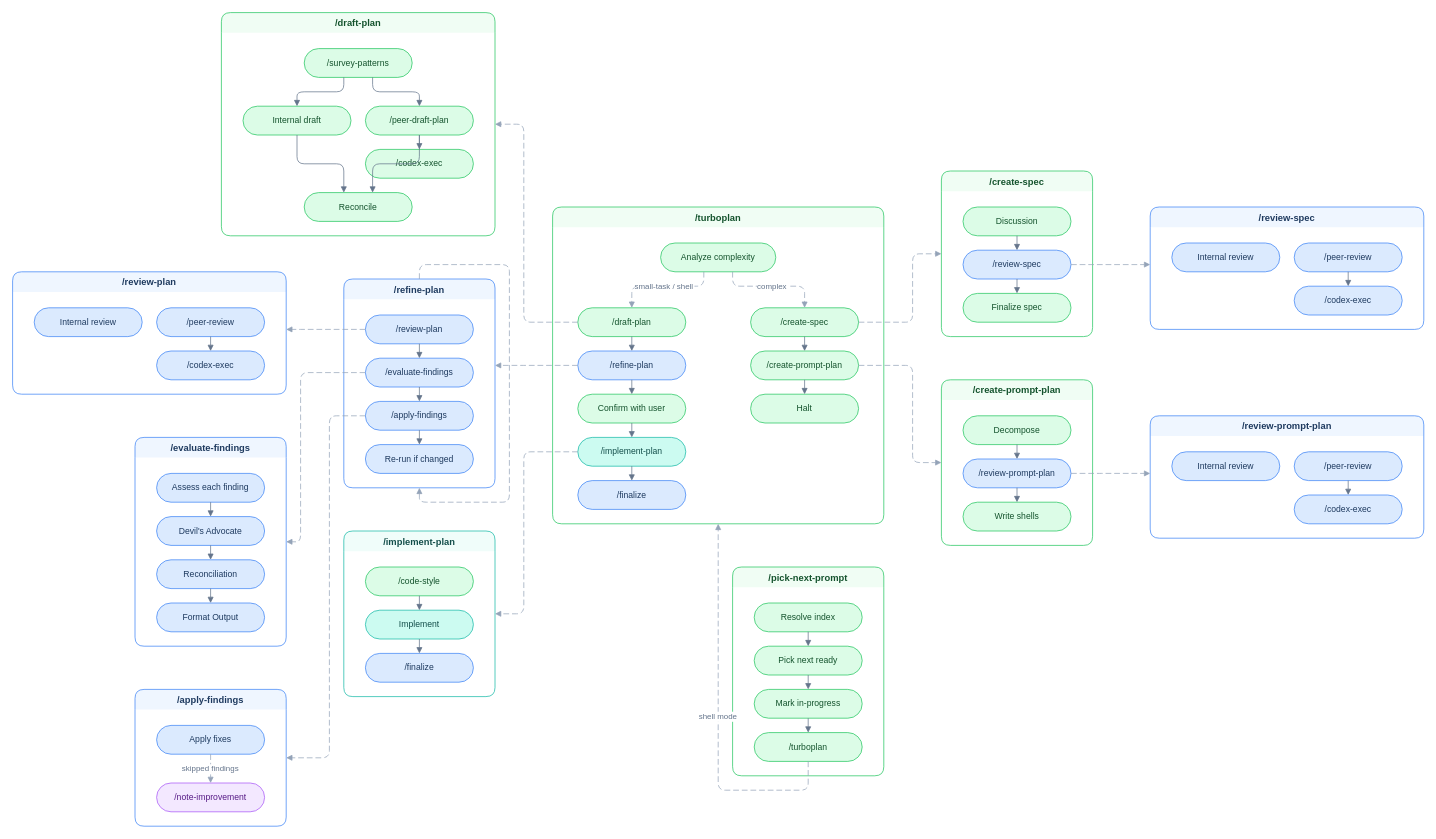
Earlier version of the draw.io diagram assets/how-turboplan-connects.drawio (tobihagemann/turbo). Source tidied: cells renumbered, new cells numbered last; positions are measured from the earlier drawing's top-left corner, leaving out a move shared by most shapes. Both pictures are drawn from the tidied source at 72%, with x=0, y=0 at pixel (12, 12).
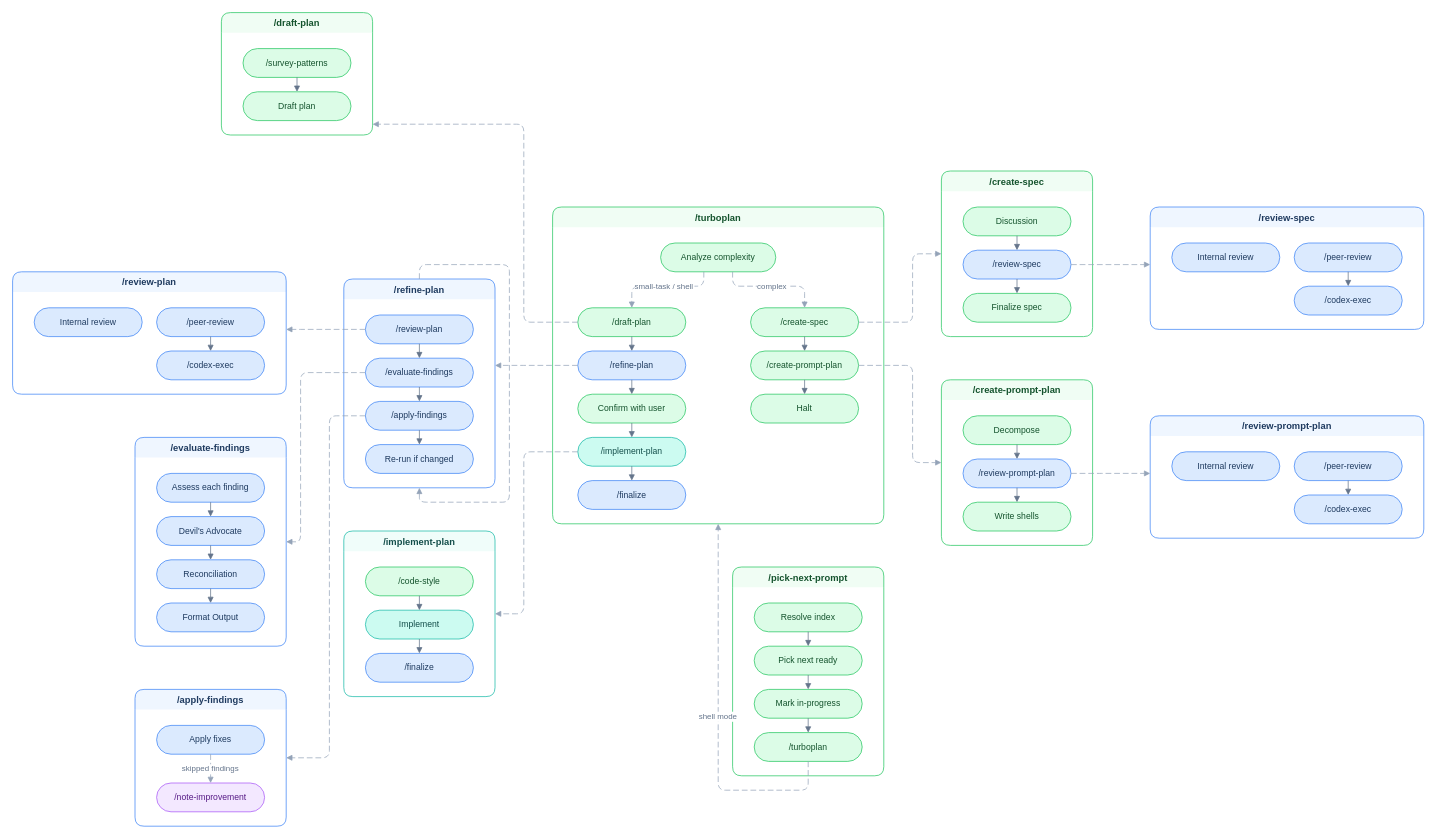
The same diagram, later.

Commit message (it also covers changes not shown here):
Remove /peer-draft-plan skill and collapse /draft-plan back to single internal draft

What changed in the source:
```diff
@@
     <mxCell id="20" value="/draft-plan" style="swimlane;startSize=28;rounded=1;fillColor=#f0fdf4;strokeColor=#22c55e;fontColor=#14532d;fontStyle=1;fontSize=13;swimlaneLine=0;" parent="1" vertex="1">
-      <mxGeometry x="290" width="380" height="310" as="geometry" />
+      <mxGeometry x="290" width="210" height="170" as="geometry" />
     </mxCell>
     <mxCell id="21" value="/survey-patterns" style="rounded=1;whiteSpace=wrap;html=1;arcSize=50;fillColor=#dcfce7;strokeColor=#22c55e;fontColor=#14532d;fontSize=12;" parent="20" vertex="1">
-      <mxGeometry x="115" y="50" width="150" height="40" as="geometry" />
+      <mxGeometry x="30" y="50" width="150" height="40" as="geometry" />
     </mxCell>
-    <mxCell id="22" value="Internal draft" style="rounded=1;whiteSpace=wrap;html=1;arcSize=50;fillColor=#dcfce7;strokeColor=#22c55e;fontColor=#14532d;fontSize=12;" parent="20" vertex="1">
-      <mxGeometry x="30" y="130" width="150" height="40" as="geometry" />
+    <mxCell id="22" value="Draft plan" style="rounded=1;whiteSpace=wrap;html=1;arcSize=50;fillColor=#dcfce7;strokeColor=#22c55e;fontColor=#14532d;fontSize=12;" parent="20" vertex="1">
+      <mxGeometry x="30" y="110" width="150" height="40" as="geometry" />
     </mxCell>
-    <mxCell id="23" value="/peer-draft-plan" style="rounded=1;whiteSpace=wrap;html=1;arcSize=50;fillColor=#dcfce7;strokeColor=#22c55e;fontColor=#14532d;fontSize=12;" parent="20" vertex="1">
-      <mxGeometry x="200" y="130" width="150" height="40" as="geometry" />
-    </mxCell>
-    <mxCell id="24" value="/codex-exec" style="rounded=1;whiteSpace=wrap;html=1;arcSize=50;fillColor=#dcfce7;strokeColor=#22c55e;fontColor=#14532d;fontSize=12;" parent="20" vertex="1">
-      <mxGeometry x="200" y="190" width="150" height="40" as="geometry" />
-    </mxCell>
-    <mxCell id="25" value="Reconcile" style="rounded=1;whiteSpace=wrap;html=1;arcSize=50;fillColor=#dcfce7;strokeColor=#22c55e;fontColor=#14532d;fontSize=12;" parent="20" vertex="1">
-      <mxGeometry x="115" y="250" width="150" height="40" as="geometry" />
-    </mxCell>
     <mxCell id="26" style="endArrow=block;endFill=1;rounded=1;edgeStyle=orthogonalEdgeStyle;strokeColor=#64748b;" parent="20" edge="1" source="21" target="22">
-      <mxGeometry relative="1" as="geometry">
-        <Array as="points">
-          <mxPoint x="170" y="110" />
-          <mxPoint x="105" y="110" />
-        </Array>
-      </mxGeometry>
+      <mxGeometry relative="1" as="geometry" />
     </mxCell>
-    <mxCell id="27" style="endArrow=block;endFill=1;rounded=1;edgeStyle=orthogonalEdgeStyle;strokeColor=#64748b;" parent="20" edge="1" source="21" target="23">
-      <mxGeometry relative="1" as="geometry">
-        <Array as="points">
-          <mxPoint x="210" y="110" />
-          <mxPoint x="275" y="110" />
-        </Array>
-      </mxGeometry>
-    </mxCell>
-    <mxCell id="28" style="endArrow=block;endFill=1;rounded=1;edgeStyle=orthogonalEdgeStyle;strokeColor=#64748b;" parent="20" edge="1" source="22" target="25">
-      <mxGeometry relative="1" as="geometry">
-        <Array as="points">
-          <mxPoint x="105" y="210" />
-          <mxPoint x="170" y="210" />
-        </Array>
-      </mxGeometry>
-    </mxCell>
-    <mxCell id="29" style="endArrow=block;endFill=1;rounded=1;edgeStyle=orthogonalEdgeStyle;strokeColor=#64748b;" parent="20" edge="1" source="23" target="25">
-      <mxGeometry relative="1" as="geometry">
-        <Array as="points">
-          <mxPoint x="275" y="210" />
-          <mxPoint x="210" y="210" />
-        </Array>
-      </mxGeometry>
-    </mxCell>
-    <mxCell id="30" style="endArrow=block;endFill=1;rounded=1;edgeStyle=orthogonalEdgeStyle;strokeColor=#64748b;" parent="20" edge="1" source="23" target="24">
-      <mxGeometry relative="1" as="geometry" />
-    </mxCell>
```
